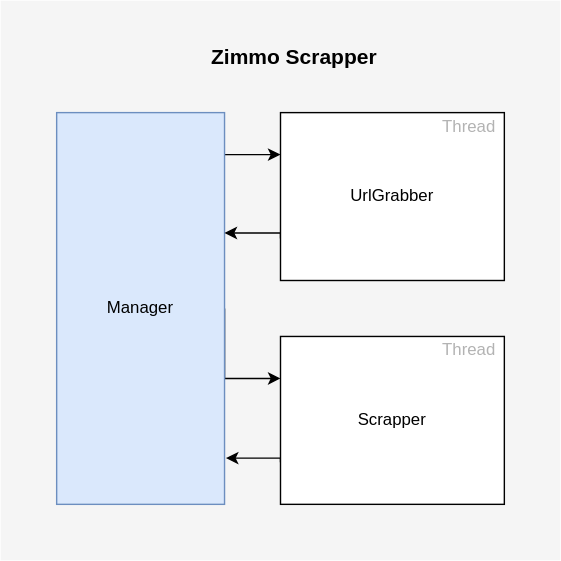
The draw.io diagram Untitled Diagram.svg in Joffreybvn/bot-scrape-zimmo, before a commit. Source tidied: cells renumbered, new cells last; positions are measured from the earlier drawing's top-left corner, leaving out a move shared by most shapes. Source of this version:
```xml
<mxGraphModel>
  <root>
    <mxCell id="0" />
    <mxCell id="1" parent="0" />
    <mxCell id="2" style="whiteSpace=wrap;html=1;fillColor=#f5f5f5;fontColor=#333333;strokeColor=none;" parent="1" vertex="1">
      <mxGeometry width="400" height="400" as="geometry" />
    </mxCell>
    <mxCell id="3" style="edgeStyle=orthogonalEdgeStyle;rounded=0;jettySize=auto;html=1;entryX=0;entryY=0.25;entryDx=0;entryDy=0;" parent="1" edge="1" source="5" target="9">
      <mxGeometry relative="1" as="geometry">
        <Array as="points">
          <mxPoint x="170" y="110" />
          <mxPoint x="170" y="110" />
        </Array>
      </mxGeometry>
    </mxCell>
    <mxCell id="4" style="edgeStyle=orthogonalEdgeStyle;rounded=0;jettySize=auto;html=1;exitX=1;exitY=0.5;exitDx=0;exitDy=0;entryX=0;entryY=0.25;entryDx=0;entryDy=0;" parent="1" edge="1" source="5" target="11">
      <mxGeometry relative="1" as="geometry">
        <Array as="points">
          <mxPoint x="160" y="270" />
        </Array>
      </mxGeometry>
    </mxCell>
    <mxCell id="5" style="rounded=0;whiteSpace=wrap;html=1;fillColor=#dae8fc;strokeColor=#6c8ebf;" parent="1" vertex="1">
      <mxGeometry x="40" y="80" width="120" height="280" as="geometry" />
    </mxCell>
    <mxCell id="6" value="&lt;font style=&quot;font-size: 15px&quot;&gt;&lt;b&gt;Zimmo Scrapper&lt;/b&gt;&lt;/font&gt;" style="text;html=1;strokeColor=none;fillColor=none;align=center;verticalAlign=middle;whiteSpace=wrap;rounded=0;" parent="1" vertex="1">
      <mxGeometry x="40" y="30" width="340" height="20" as="geometry" />
    </mxCell>
    <mxCell id="7" value="Manager" style="text;html=1;strokeColor=none;fillColor=none;align=center;verticalAlign=middle;whiteSpace=wrap;rounded=0;" parent="1" vertex="1">
      <mxGeometry x="50" y="210" width="100" height="20" as="geometry" />
    </mxCell>
    <mxCell id="8" style="edgeStyle=orthogonalEdgeStyle;rounded=0;jettySize=auto;html=1;exitX=0;exitY=0.75;exitDx=0;exitDy=0;" parent="1" edge="1" source="9" target="5">
      <mxGeometry relative="1" as="geometry">
        <Array as="points">
          <mxPoint x="200" y="166" />
        </Array>
      </mxGeometry>
    </mxCell>
    <mxCell id="9" style="rounded=0;whiteSpace=wrap;html=1;" parent="1" vertex="1">
      <mxGeometry x="200" y="80" width="160" height="120" as="geometry" />
    </mxCell>
    <mxCell id="10" style="edgeStyle=orthogonalEdgeStyle;rounded=0;jettySize=auto;html=1;exitX=0;exitY=0.75;exitDx=0;exitDy=0;entryX=1.008;entryY=0.882;entryDx=0;entryDy=0;entryPerimeter=0;" parent="1" edge="1" source="11" target="5">
      <mxGeometry relative="1" as="geometry">
        <Array as="points">
          <mxPoint x="200" y="327" />
        </Array>
      </mxGeometry>
    </mxCell>
    <mxCell id="11" style="rounded=0;whiteSpace=wrap;html=1;" parent="1" vertex="1">
      <mxGeometry x="200" y="240" width="160" height="120" as="geometry" />
    </mxCell>
    <mxCell id="12" value="Scrapper" style="text;html=1;strokeColor=none;fillColor=none;align=center;verticalAlign=middle;whiteSpace=wrap;rounded=0;" parent="1" vertex="1">
      <mxGeometry x="260" y="290" width="40" height="20" as="geometry" />
    </mxCell>
    <mxCell id="13" value="UrlGrabber" style="text;html=1;strokeColor=none;fillColor=none;align=center;verticalAlign=middle;whiteSpace=wrap;rounded=0;" parent="1" vertex="1">
      <mxGeometry x="260" y="130" width="40" height="20" as="geometry" />
    </mxCell>
    <mxCell id="14" value="&lt;font color=&quot;#b3b3b3&quot;&gt;Thread&lt;/font&gt;" style="text;html=1;strokeColor=none;fillColor=none;align=center;verticalAlign=middle;whiteSpace=wrap;rounded=0;" parent="1" vertex="1">
      <mxGeometry x="310" y="80" width="50" height="20" as="geometry" />
    </mxCell>
    <mxCell id="15" value="&lt;font color=&quot;#b3b3b3&quot;&gt;Thread&lt;/font&gt;" style="text;html=1;strokeColor=none;fillColor=none;align=center;verticalAlign=middle;whiteSpace=wrap;rounded=0;" parent="1" vertex="1">
      <mxGeometry x="310" y="240" width="50" height="20" as="geometry" />
    </mxCell>
  </root>
</mxGraphModel>
```
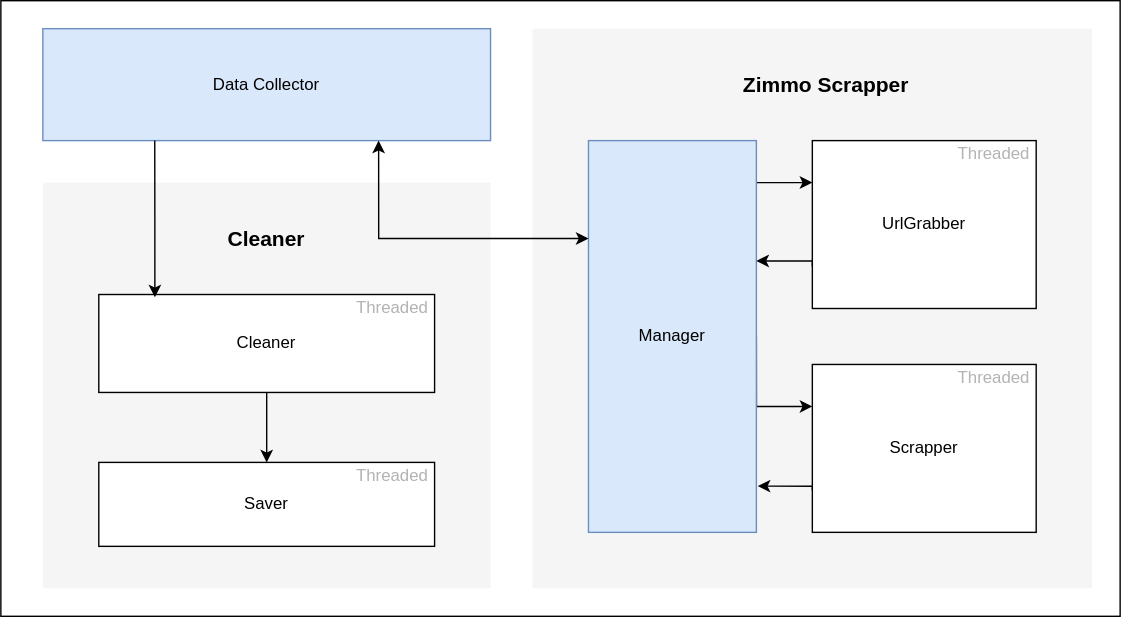
After the change.

Change to the diagram source:
```diff
@@ -2,6 +2,9 @@
   <root>
     <mxCell id="0" />
     <mxCell id="1" parent="0" />
+    <mxCell id="16" style="rounded=0;whiteSpace=wrap;html=1;" parent="1" vertex="1">
+      <mxGeometry x="-380" y="-20" width="800" height="440" as="geometry" />
+    </mxCell>
     <mxCell id="2" style="whiteSpace=wrap;html=1;fillColor=#f5f5f5;fontColor=#333333;strokeColor=none;" parent="1" vertex="1">
       <mxGeometry width="400" height="400" as="geometry" />
     </mxCell>
@@ -55,11 +58,50 @@
     <mxCell id="13" value="UrlGrabber" style="text;html=1;strokeColor=none;fillColor=none;align=center;verticalAlign=middle;whiteSpace=wrap;rounded=0;" parent="1" vertex="1">
       <mxGeometry x="260" y="130" width="40" height="20" as="geometry" />
     </mxCell>
-    <mxCell id="14" value="&lt;font color=&quot;#b3b3b3&quot;&gt;Thread&lt;/font&gt;" style="text;html=1;strokeColor=none;fillColor=none;align=center;verticalAlign=middle;whiteSpace=wrap;rounded=0;" parent="1" vertex="1">
-      <mxGeometry x="310" y="80" width="50" height="20" as="geometry" />
+    <mxCell id="14" value="&lt;font color=&quot;#b3b3b3&quot;&gt;Threaded&lt;/font&gt;" style="text;html=1;strokeColor=none;fillColor=none;align=center;verticalAlign=middle;whiteSpace=wrap;rounded=0;" parent="1" vertex="1">
+      <mxGeometry x="300" y="80" width="60" height="20" as="geometry" />
     </mxCell>
-    <mxCell id="15" value="&lt;font color=&quot;#b3b3b3&quot;&gt;Thread&lt;/font&gt;" style="text;html=1;strokeColor=none;fillColor=none;align=center;verticalAlign=middle;whiteSpace=wrap;rounded=0;" parent="1" vertex="1">
-      <mxGeometry x="310" y="240" width="50" height="20" as="geometry" />
-    </mxCell>
+    <mxCell id="17" value="&lt;font color=&quot;#b3b3b3&quot;&gt;Threaded&lt;/font&gt;" style="text;html=1;strokeColor=none;fillColor=none;align=center;verticalAlign=middle;whiteSpace=wrap;rounded=0;" parent="1" vertex="1">
+      <mxGeometry x="300" y="240" width="60" height="20" as="geometry" />
+    </mxCell>
+    <mxCell id="18" style="rounded=0;whiteSpace=wrap;html=1;fillColor=#dae8fc;strokeColor=#6c8ebf;" parent="1" vertex="1">
+      <mxGeometry x="-350" width="320" height="80" as="geometry" />
+    </mxCell>
+    <mxCell id="19" style="rounded=0;whiteSpace=wrap;html=1;fillColor=#f5f5f5;fontColor=#333333;strokeColor=none;" parent="1" vertex="1">
+      <mxGeometry x="-350" y="110" width="320" height="290" as="geometry" />
+    </mxCell>
+    <mxCell id="20" value="&lt;font style=&quot;font-size: 15px&quot;&gt;&lt;b&gt;Cleaner&lt;/b&gt;&lt;/font&gt;" style="text;html=1;strokeColor=none;fillColor=none;align=center;verticalAlign=middle;whiteSpace=wrap;rounded=0;" parent="1" vertex="1">
+      <mxGeometry x="-350" y="140" width="320" height="20" as="geometry" />
+    </mxCell>
+    <mxCell id="21" style="edgeStyle=orthogonalEdgeStyle;rounded=0;jettySize=auto;html=1;exitX=0.5;exitY=1;exitDx=0;exitDy=0;" parent="1" edge="1" source="22" target="23">
+      <mxGeometry relative="1" as="geometry" />
+    </mxCell>
+    <mxCell id="22" style="rounded=0;whiteSpace=wrap;html=1;" parent="1" vertex="1">
+      <mxGeometry x="-310" y="190" width="240" height="70" as="geometry" />
+    </mxCell>
+    <mxCell id="23" style="rounded=0;whiteSpace=wrap;html=1;" parent="1" vertex="1">
+      <mxGeometry x="-310" y="310" width="240" height="60" as="geometry" />
+    </mxCell>
+    <mxCell id="24" value="Cleaner" style="text;html=1;strokeColor=none;fillColor=none;align=center;verticalAlign=middle;whiteSpace=wrap;rounded=0;" parent="1" vertex="1">
+      <mxGeometry x="-210" y="215" width="40" height="20" as="geometry" />
+    </mxCell>
+    <mxCell id="25" value="Saver" style="text;html=1;strokeColor=none;fillColor=none;align=center;verticalAlign=middle;whiteSpace=wrap;rounded=0;" parent="1" vertex="1">
+      <mxGeometry x="-210" y="330" width="40" height="20" as="geometry" />
+    </mxCell>
+    <mxCell id="26" style="edgeStyle=orthogonalEdgeStyle;rounded=0;jettySize=auto;html=1;exitX=0.25;exitY=1;exitDx=0;exitDy=0;entryX=0.167;entryY=0.029;entryDx=0;entryDy=0;entryPerimeter=0;" parent="1" edge="1" source="18" target="22">
+      <mxGeometry relative="1" as="geometry" />
+    </mxCell>
+    <mxCell id="27" style="edgeStyle=orthogonalEdgeStyle;rounded=0;jettySize=auto;html=1;exitX=0;exitY=0.25;exitDx=0;exitDy=0;entryX=0.75;entryY=1;entryDx=0;entryDy=0;startArrow=classic;startFill=1;" parent="1" edge="1" source="5" target="18">
+      <mxGeometry relative="1" as="geometry" />
+    </mxCell>
+    <mxCell id="28" value="&lt;font color=&quot;#b3b3b3&quot;&gt;Threaded&lt;/font&gt;" style="text;html=1;strokeColor=none;fillColor=none;align=center;verticalAlign=middle;whiteSpace=wrap;rounded=0;" parent="1" vertex="1">
+      <mxGeometry x="-130" y="190" width="60" height="20" as="geometry" />
+    </mxCell>
+    <mxCell id="29" value="&lt;font color=&quot;#b3b3b3&quot;&gt;Threaded&lt;/font&gt;" style="text;html=1;strokeColor=none;fillColor=none;align=center;verticalAlign=middle;whiteSpace=wrap;rounded=0;" parent="1" vertex="1">
+      <mxGeometry x="-130" y="310" width="60" height="20" as="geometry" />
+    </mxCell>
+    <mxCell id="30" value="Data Collector" style="text;html=1;strokeColor=none;fillColor=none;align=center;verticalAlign=middle;whiteSpace=wrap;rounded=0;" parent="1" vertex="1">
+      <mxGeometry x="-350" y="30" width="320" height="20" as="geometry" />
+    </mxCell>
   </root>
 </mxGraphModel>
```
